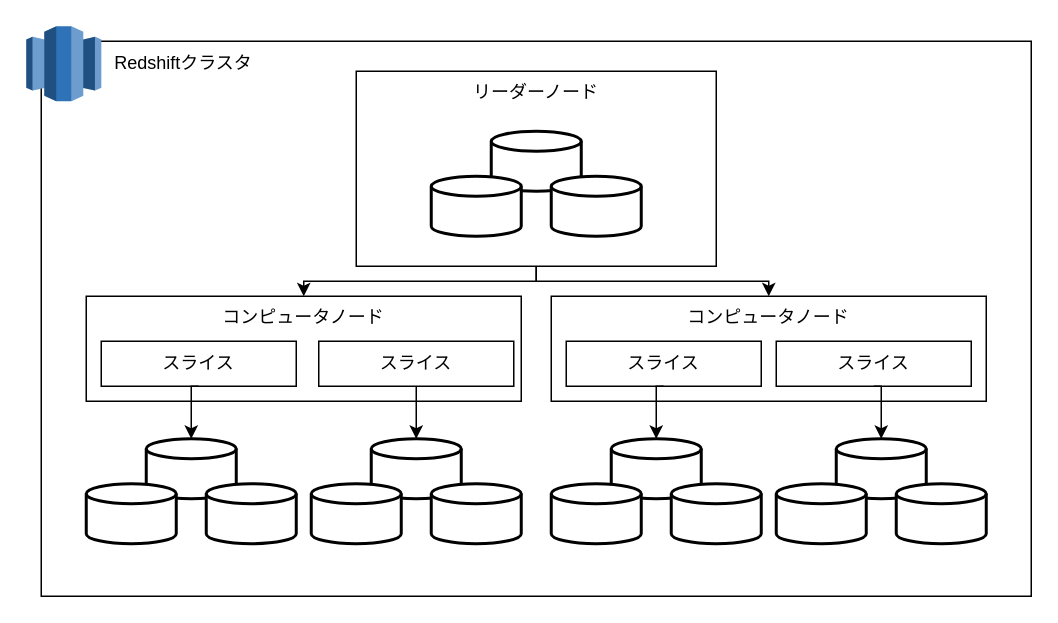
The draw.io diagram page "Redshiftの構成" (1 of 7) of aws.drawio in MxShun/aws-drawio, before the edit. Source tidied: cells renumbered, new cells numbered last; positions are measured from the earlier drawing's top-left corner, leaving out a move shared by most shapes. Both pictures are drawn from the tidied source at 150%, with x=0, y=0 at pixel (26, 26).
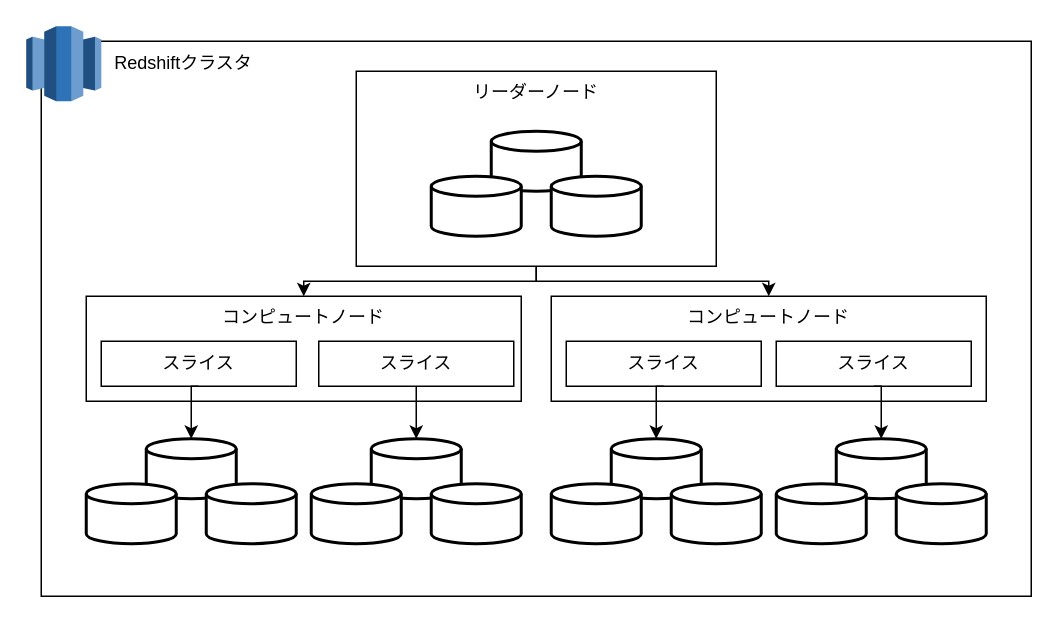
Above is the later version.

Commit message (it also covers changes not shown here):
Fix Redshitの構成 コンピュータノード→コンピュートノード

Diff of the diagram source:
```diff
@@
-    <mxCell id="10" value="コンピュータノード" style="rounded=0;whiteSpace=wrap;html=1;fillColor=none;verticalAlign=top;" parent="1" vertex="1">
+    <mxCell id="10" value="コンピュートノード" style="rounded=0;whiteSpace=wrap;html=1;fillColor=none;verticalAlign=top;" parent="1" vertex="1">
       <mxGeometry x="40" y="180" width="290" height="70" as="geometry" />
     </mxCell>
@@
-    <mxCell id="24" value="コンピュータノード" style="rounded=0;whiteSpace=wrap;html=1;fillColor=none;verticalAlign=top;" parent="1" vertex="1">
+    <mxCell id="24" value="コンピュートノード" style="rounded=0;whiteSpace=wrap;html=1;fillColor=none;verticalAlign=top;" parent="1" vertex="1">
       <mxGeometry x="350" y="180" width="290" height="70" as="geometry" />
     </mxCell>
```
